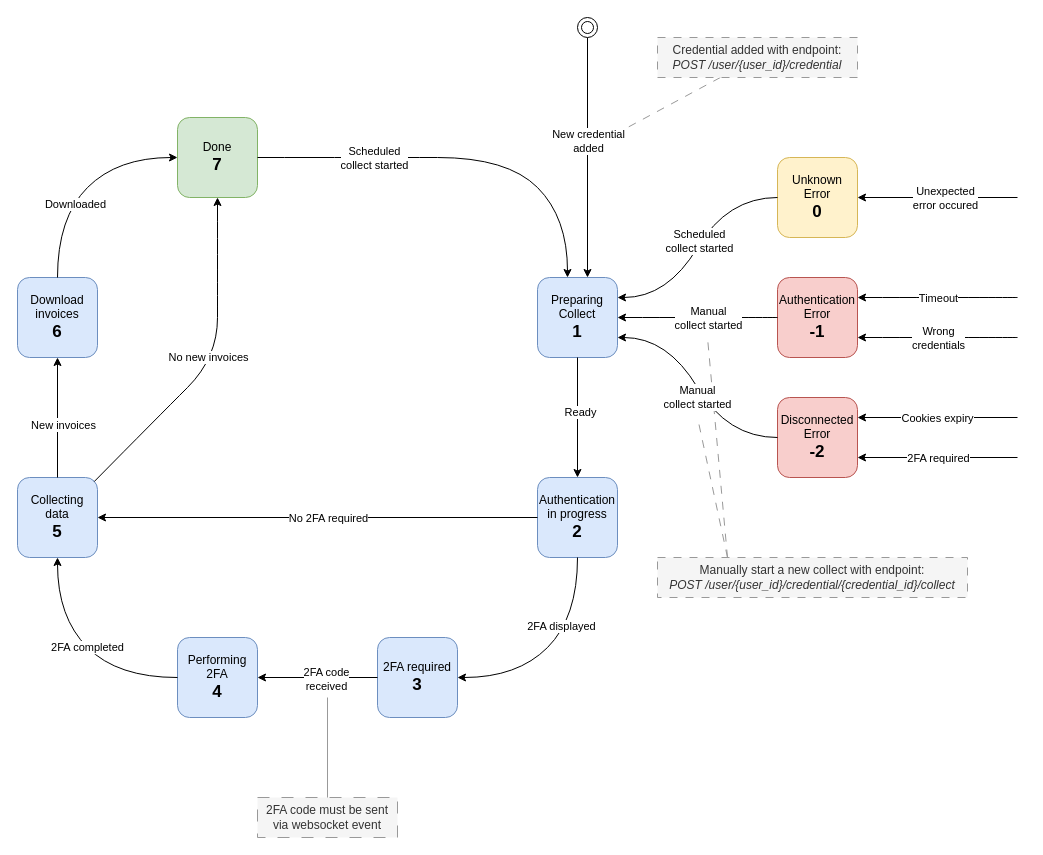
Above: docs/diagrams/credential_state_diagram.drawio in invoice-collector/website (draw.io), before the change. Source tidied: cells renumbered, new cells numbered last; positions are measured from the earlier drawing's top-left corner, leaving out a move shared by most shapes. Both pictures are drawn from the tidied source at 100%, with x=0, y=0 at pixel (17, 17).
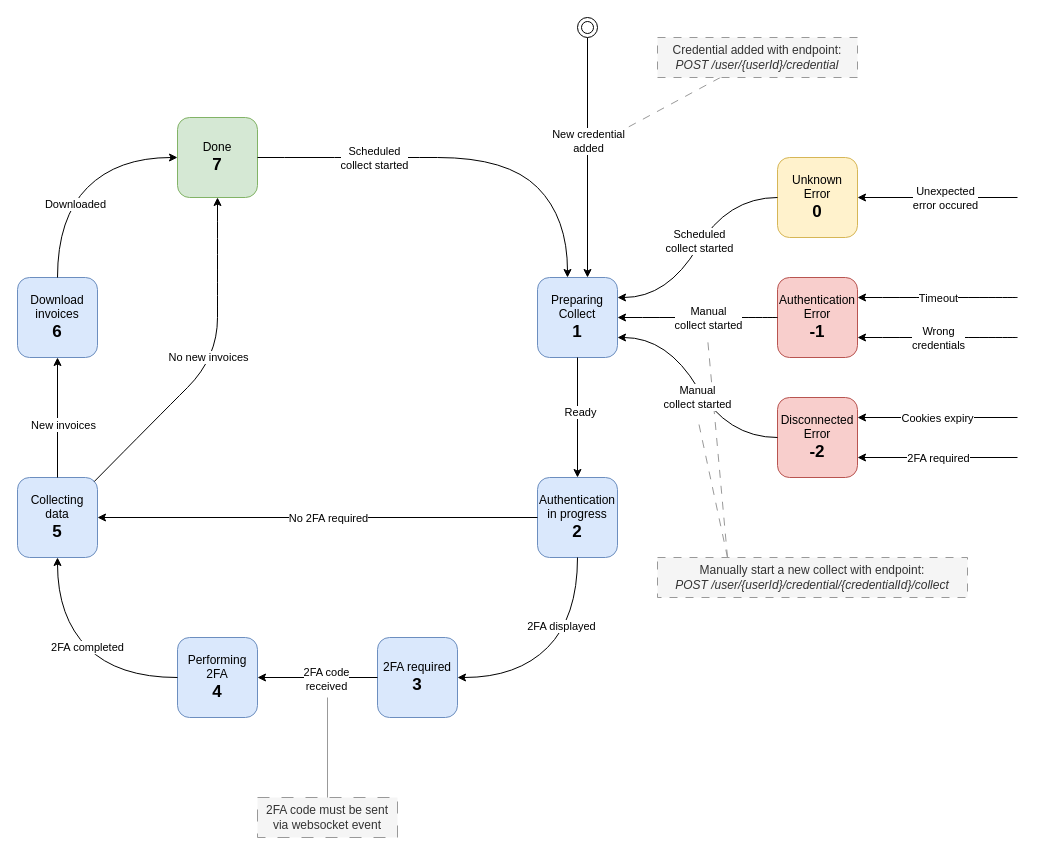
After the change.

What changed in the source:
```diff
@@
-    <mxCell id="52" value="&lt;div&gt;Credential added with endpoint:&lt;/div&gt;&lt;i&gt;POST /user/{user_id}/credential&lt;/i&gt;" style="whiteSpace=wrap;html=1;fillColor=#f5f5f5;fontColor=#333333;strokeColor=#999999;dashed=1;dashPattern=8 8;align=center;spacingLeft=0;" parent="1" vertex="1">
+    <mxCell id="52" value="&lt;div&gt;Credential added with endpoint:&lt;/div&gt;&lt;i&gt;POST /user/{userId}/credential&lt;/i&gt;" style="whiteSpace=wrap;html=1;fillColor=#f5f5f5;fontColor=#333333;strokeColor=#999999;dashed=1;dashPattern=8 8;align=center;spacingLeft=0;" parent="1" vertex="1">
       <mxGeometry x="640" y="20" width="200" height="40" as="geometry" />
     </mxCell>
-    <mxCell id="53" value="&lt;div&gt;Manually start a new collect with endpoint:&lt;/div&gt;&lt;i&gt;POST /user/{user_id}/credential/{credential_id}/collect&lt;/i&gt;" style="whiteSpace=wrap;html=1;fillColor=#f5f5f5;fontColor=#333333;strokeColor=#999999;dashed=1;align=center;spacingLeft=0;dashPattern=8 8;" parent="1" vertex="1">
+    <mxCell id="53" value="&lt;div&gt;Manually start a new collect with endpoint:&lt;/div&gt;&lt;i&gt;POST /user/{userId}/credential/{credentialId}/collect&lt;/i&gt;" style="whiteSpace=wrap;html=1;fillColor=#f5f5f5;fontColor=#333333;strokeColor=#999999;dashed=1;align=center;spacingLeft=0;dashPattern=8 8;" parent="1" vertex="1">
       <mxGeometry x="640" y="540" width="310" height="40" as="geometry" />
     </mxCell>
```
